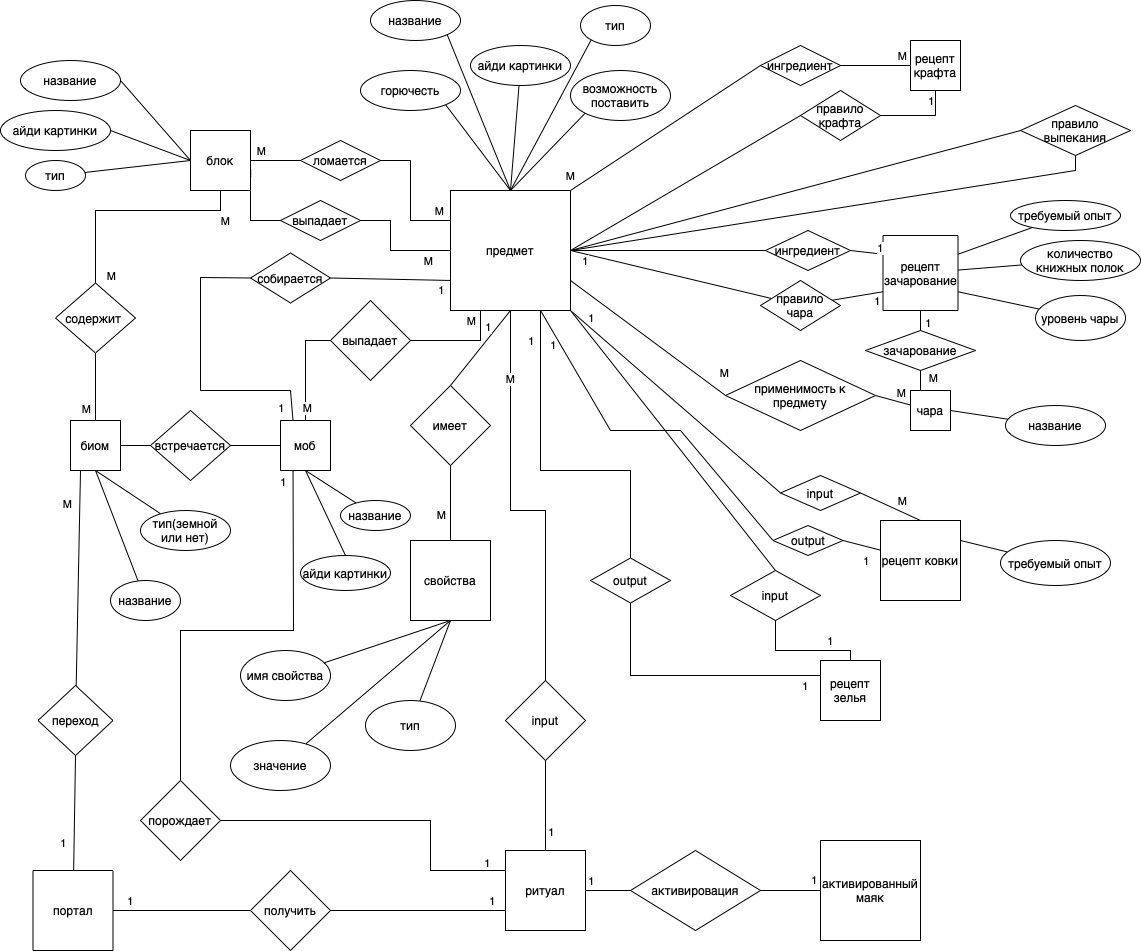
Above: second-stage/DB_coursework1.drawio.png in ShchA317/db-coursework (draw.io), before the change. Source tidied: cells renumbered, new cells last; positions are measured from the earlier drawing's top-left corner, leaving out a move shared by most shapes.
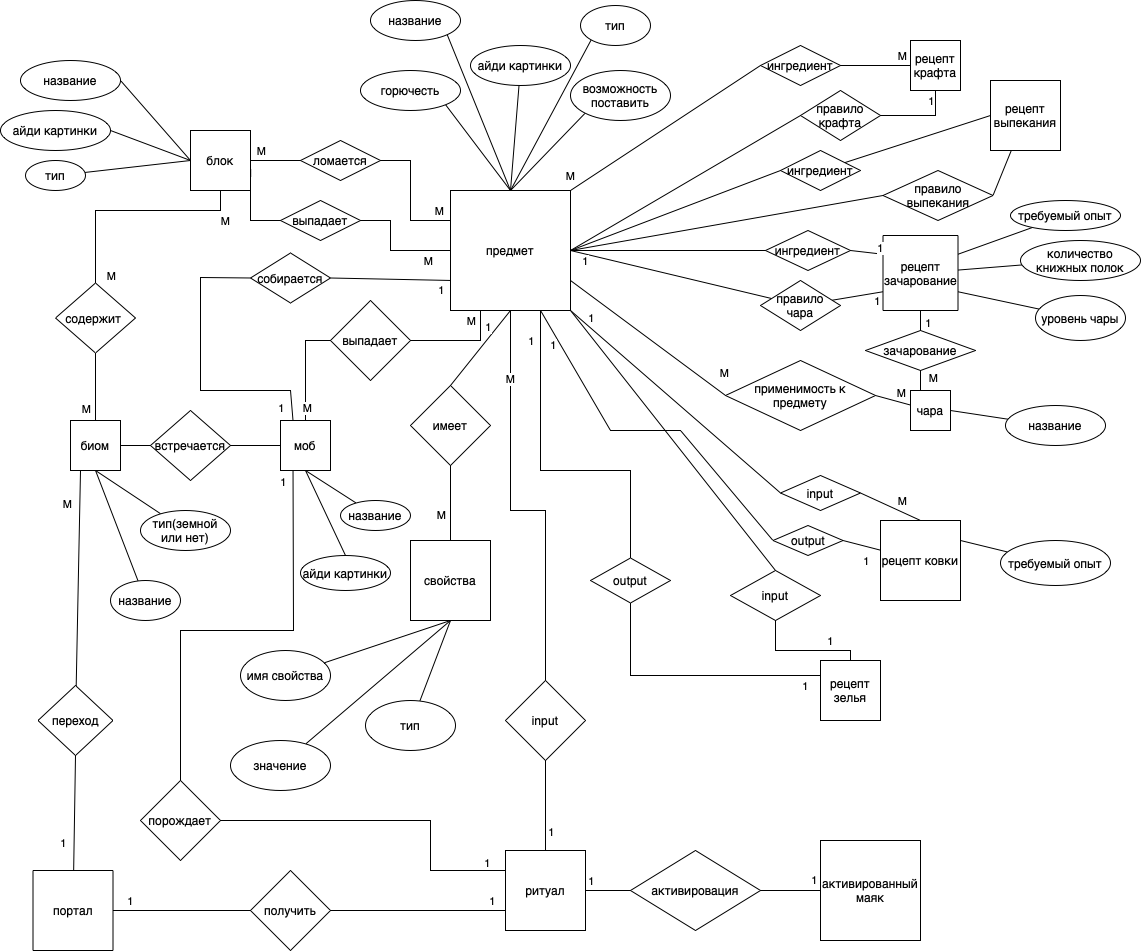
After the change.

The edit, as a diff of the source:
```diff
@@ -52,6 +52,9 @@
         <mxPoint y="-1" as="offset" />
       </mxGeometry>
     </mxCell>
+    <mxCell id="163" style="edgeStyle=none;rounded=0;jettySize=auto;html=1;entryX=0;entryY=0.5;entryDx=0;entryDy=0;startArrow=none;startFill=0;endArrow=none;endFill=0;exitX=1;exitY=0.5;exitDx=0;exitDy=0;" parent="1" edge="1" source="13" target="167">
+      <mxGeometry relative="1" as="geometry" />
+    </mxCell>
     <mxCell id="13" value="предмет" style="whiteSpace=wrap;html=1;" parent="1" vertex="1">
       <mxGeometry x="450" y="190" width="120" height="120" as="geometry" />
     </mxCell>
@@ -299,15 +302,8 @@
     <mxCell id="74" value="рецепт крафта" style="whiteSpace=wrap;html=1;" parent="1" vertex="1">
       <mxGeometry x="910" y="40" width="50" height="50" as="geometry" />
     </mxCell>
-    <mxCell id="75" style="edgeStyle=none;rounded=0;jettySize=auto;html=1;entryX=1;entryY=0.5;entryDx=0;entryDy=0;startArrow=none;startFill=0;endArrow=none;endFill=0;" parent="1" edge="1" source="76" target="13">
-      <mxGeometry relative="1" as="geometry">
-        <Array as="points">
-          <mxPoint x="1075" y="170" />
-        </Array>
-      </mxGeometry>
-    </mxCell>
     <mxCell id="76" value="правило выпекания" style="rhombus;whiteSpace=wrap;html=1;" parent="1" vertex="1">
-      <mxGeometry x="1020" y="105" width="110" height="50" as="geometry" />
+      <mxGeometry x="882.5" y="170" width="110" height="50" as="geometry" />
     </mxCell>
     <mxCell id="77" style="edgeStyle=none;rounded=0;jettySize=auto;html=1;exitX=0.5;exitY=1;exitDx=0;exitDy=0;entryX=0.5;entryY=0;entryDx=0;entryDy=0;startArrow=none;startFill=0;endArrow=none;endFill=0;" parent="1" edge="1" source="79" target="134">
       <mxGeometry relative="1" as="geometry">
@@ -648,5 +644,17 @@
     <mxCell id="162" value="активировация" style="rhombus;whiteSpace=wrap;html=1;" parent="1" vertex="1">
       <mxGeometry x="630" y="850" width="130" height="80" as="geometry" />
     </mxCell>
+    <mxCell id="164" style="edgeStyle=none;rounded=0;jettySize=auto;html=1;entryX=1;entryY=0.5;entryDx=0;entryDy=0;startArrow=none;startFill=0;endArrow=none;endFill=0;" parent="1" edge="1" source="165" target="76">
+      <mxGeometry relative="1" as="geometry" />
+    </mxCell>
+    <mxCell id="165" value="рецепт выпекания" style="whiteSpace=wrap;html=1;" parent="1" vertex="1">
+      <mxGeometry x="990" y="80" width="70" height="70" as="geometry" />
+    </mxCell>
+    <mxCell id="166" style="edgeStyle=none;rounded=0;jettySize=auto;html=1;entryX=0;entryY=0.5;entryDx=0;entryDy=0;startArrow=none;startFill=0;endArrow=none;endFill=0;" parent="1" edge="1" source="167" target="165">
+      <mxGeometry relative="1" as="geometry" />
+    </mxCell>
+    <mxCell id="167" value="ингредиент" style="rhombus;whiteSpace=wrap;html=1;" parent="1" vertex="1">
+      <mxGeometry x="780" y="150" width="80" height="40" as="geometry" />
+    </mxCell>
   </root>
 </mxGraphModel>
```
